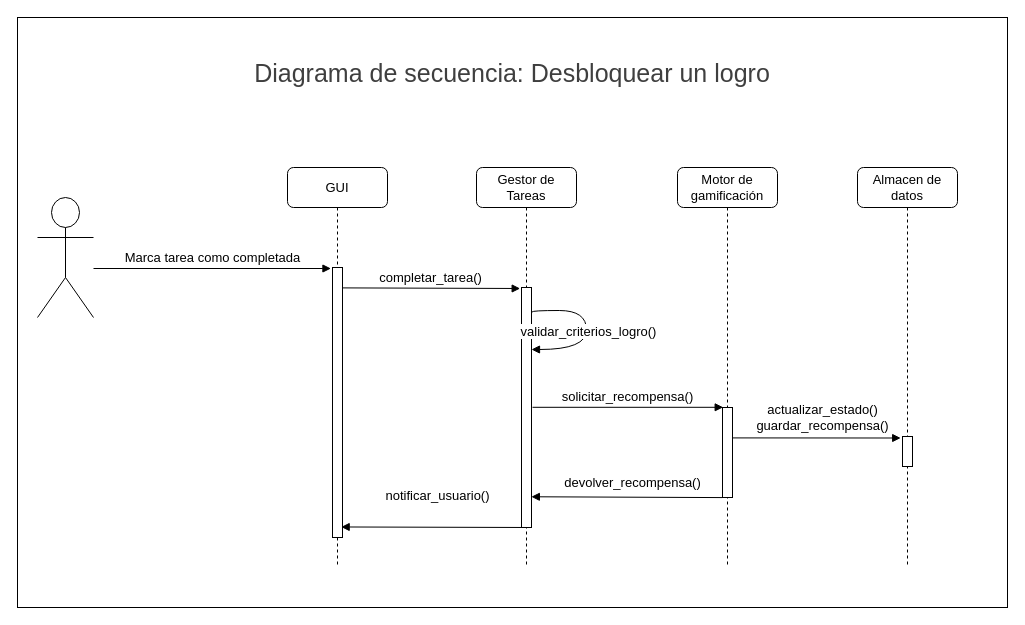
The draw.io diagram page "Completar una tarea" (1 of 2) of docs/design/diagrams/sequence_diagram.drawio in caupolicanre/software-engineering-gamify, before the edit. Source tidied: cells renumbered, new cells numbered last; positions are measured from the earlier drawing's top-left corner, leaving out a move shared by most shapes. Both pictures are drawn from the tidied source at 100%, with x=0, y=0 at pixel (17, 17).
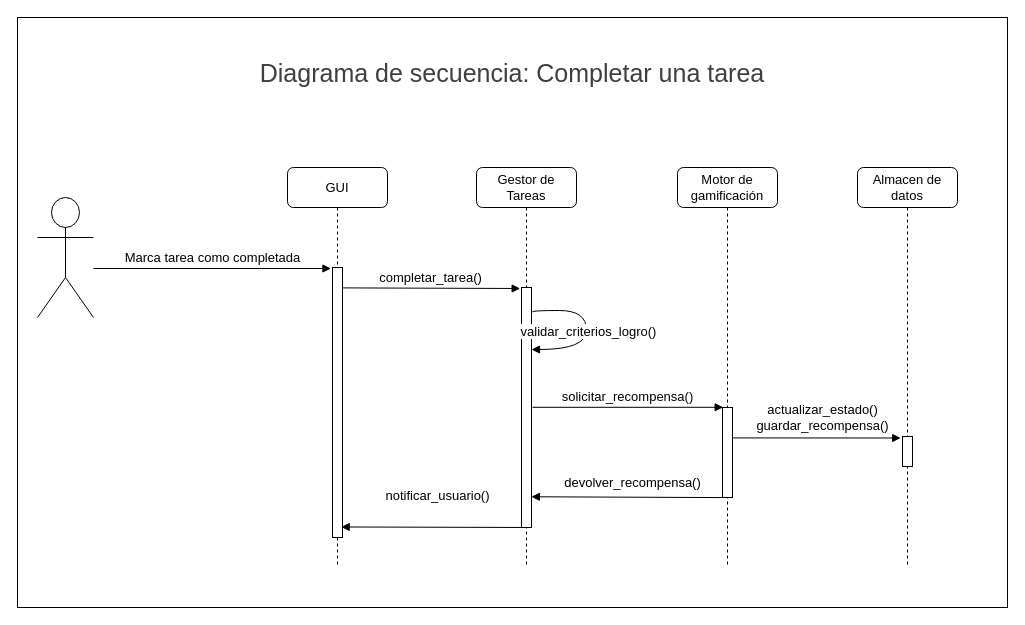
The same diagram, later.

What changed in the source:
```diff
@@
-    <mxCell id="23" value="&lt;span style=&quot;color: rgb(63, 63, 63); font-size: 25px;&quot;&gt;Diagrama de secuencia: Desbloquear un logro&lt;/span&gt;" style="text;strokeColor=none;align=center;fillColor=none;html=1;verticalAlign=middle;whiteSpace=wrap;rounded=0;" parent="1" vertex="1">
+    <mxCell id="23" value="&lt;span style=&quot;color: rgb(63, 63, 63); font-size: 25px;&quot;&gt;Diagrama de secuencia: Completar una tarea&lt;/span&gt;" style="text;strokeColor=none;align=center;fillColor=none;html=1;verticalAlign=middle;whiteSpace=wrap;rounded=0;" parent="1" vertex="1">
       <mxGeometry x="210" y="40" width="570" height="30" as="geometry" />
     </mxCell>
```
